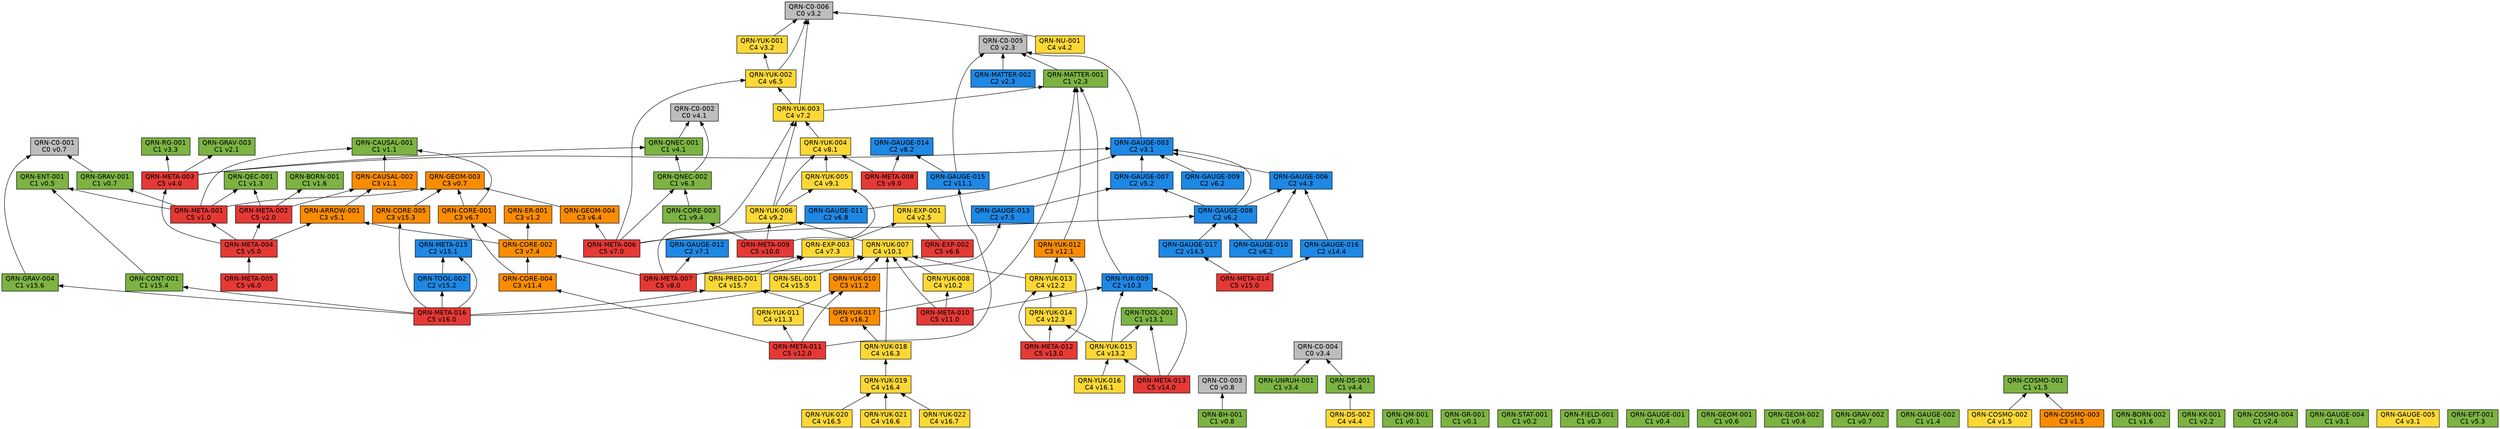
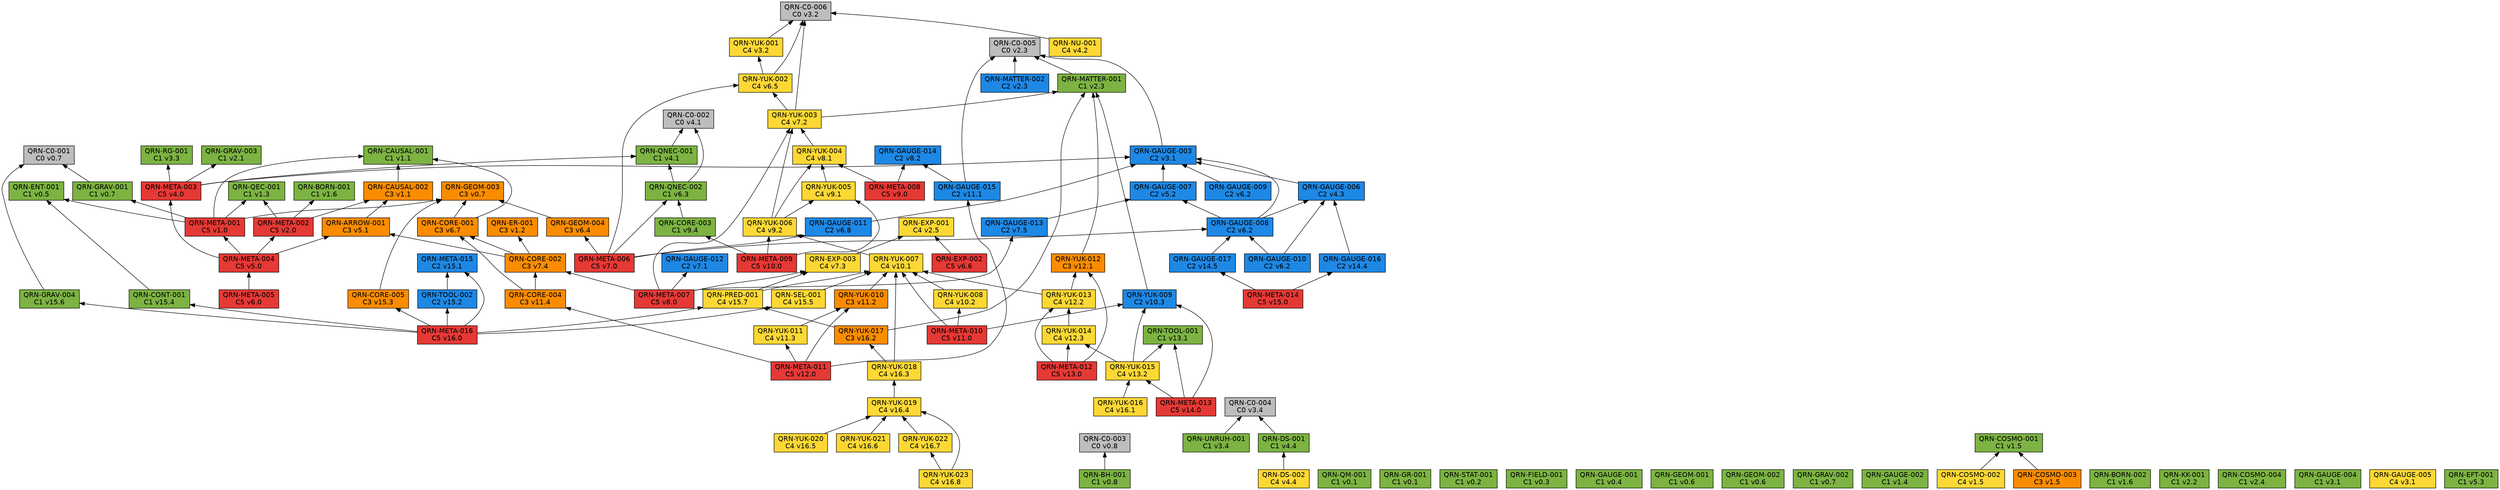
// 自動生成 (dag/report.pl) — QRN 主張依存グラフ
digraph qrn {
  rankdir=BT;
  node [shape=box, style=filled, fontname="Helvetica"];
  "QRN-C0-001" [fillcolor="#bdbdbd", label="QRN-C0-001\nC0 v0.7"];
  "QRN-C0-002" [fillcolor="#bdbdbd", label="QRN-C0-002\nC0 v4.1"];
  "QRN-C0-003" [fillcolor="#bdbdbd", label="QRN-C0-003\nC0 v0.8"];
  "QRN-C0-004" [fillcolor="#bdbdbd", label="QRN-C0-004\nC0 v3.4"];
  "QRN-C0-005" [fillcolor="#bdbdbd", label="QRN-C0-005\nC0 v2.3"];
  "QRN-C0-006" [fillcolor="#bdbdbd", label="QRN-C0-006\nC0 v3.2"];
  "QRN-QM-001" [fillcolor="#7cb342", label="QRN-QM-001\nC1 v0.1"];
  "QRN-GR-001" [fillcolor="#7cb342", label="QRN-GR-001\nC1 v0.1"];
  "QRN-STAT-001" [fillcolor="#7cb342", label="QRN-STAT-001\nC1 v0.2"];
  "QRN-FIELD-001" [fillcolor="#7cb342", label="QRN-FIELD-001\nC1 v0.3"];
  "QRN-GAUGE-001" [fillcolor="#7cb342", label="QRN-GAUGE-001\nC1 v0.4"];
  "QRN-ENT-001" [fillcolor="#7cb342", label="QRN-ENT-001\nC1 v0.5"];
  "QRN-GEOM-001" [fillcolor="#7cb342", label="QRN-GEOM-001\nC1 v0.6"];
  "QRN-GEOM-002" [fillcolor="#7cb342", label="QRN-GEOM-002\nC1 v0.6"];
  "QRN-GEOM-003" [fillcolor="#fb8c00", label="QRN-GEOM-003\nC3 v0.7"];
  "QRN-GRAV-001" [fillcolor="#7cb342", label="QRN-GRAV-001\nC1 v0.7"];
  "QRN-GRAV-002" [fillcolor="#7cb342", label="QRN-GRAV-002\nC1 v0.7"];
  "QRN-BH-001" [fillcolor="#7cb342", label="QRN-BH-001\nC1 v0.8"];
  "QRN-CAUSAL-001" [fillcolor="#7cb342", label="QRN-CAUSAL-001\nC1 v1.1"];
  "QRN-CAUSAL-002" [fillcolor="#fb8c00", label="QRN-CAUSAL-002\nC3 v1.1"];
  "QRN-ER-001" [fillcolor="#fb8c00", label="QRN-ER-001\nC3 v1.2"];
  "QRN-QEC-001" [fillcolor="#7cb342", label="QRN-QEC-001\nC1 v1.3"];
  "QRN-GAUGE-002" [fillcolor="#7cb342", label="QRN-GAUGE-002\nC1 v1.4"];
  "QRN-COSMO-001" [fillcolor="#7cb342", label="QRN-COSMO-001\nC1 v1.5"];
  "QRN-COSMO-002" [fillcolor="#fdd835", label="QRN-COSMO-002\nC4 v1.5"];
  "QRN-COSMO-003" [fillcolor="#fb8c00", label="QRN-COSMO-003\nC3 v1.5"];
  "QRN-BORN-001" [fillcolor="#7cb342", label="QRN-BORN-001\nC1 v1.6"];
  "QRN-BORN-002" [fillcolor="#7cb342", label="QRN-BORN-002\nC1 v1.6"];
  "QRN-GRAV-003" [fillcolor="#7cb342", label="QRN-GRAV-003\nC1 v2.1"];
  "QRN-KK-001" [fillcolor="#7cb342", label="QRN-KK-001\nC1 v2.2"];
  "QRN-MATTER-001" [fillcolor="#7cb342", label="QRN-MATTER-001\nC1 v2.3"];
  "QRN-MATTER-002" [fillcolor="#1e88e5", label="QRN-MATTER-002\nC2 v2.3"];
  "QRN-COSMO-004" [fillcolor="#7cb342", label="QRN-COSMO-004\nC1 v2.4"];
  "QRN-EXP-001" [fillcolor="#fdd835", label="QRN-EXP-001\nC4 v2.5"];
  "QRN-GAUGE-003" [fillcolor="#1e88e5", label="QRN-GAUGE-003\nC2 v3.1"];
  "QRN-GAUGE-004" [fillcolor="#7cb342", label="QRN-GAUGE-004\nC1 v3.1"];
  "QRN-GAUGE-005" [fillcolor="#fdd835", label="QRN-GAUGE-005\nC4 v3.1"];
  "QRN-YUK-001" [fillcolor="#fdd835", label="QRN-YUK-001\nC4 v3.2"];
  "QRN-RG-001" [fillcolor="#7cb342", label="QRN-RG-001\nC1 v3.3"];
  "QRN-UNRUH-001" [fillcolor="#7cb342", label="QRN-UNRUH-001\nC1 v3.4"];
  "QRN-QNEC-001" [fillcolor="#7cb342", label="QRN-QNEC-001\nC1 v4.1"];
  "QRN-NU-001" [fillcolor="#fdd835", label="QRN-NU-001\nC4 v4.2"];
  "QRN-GAUGE-006" [fillcolor="#1e88e5", label="QRN-GAUGE-006\nC2 v4.3"];
  "QRN-DS-001" [fillcolor="#7cb342", label="QRN-DS-001\nC1 v4.4"];
  "QRN-DS-002" [fillcolor="#fdd835", label="QRN-DS-002\nC4 v4.4"];
  "QRN-ARROW-001" [fillcolor="#fb8c00", label="QRN-ARROW-001\nC3 v5.1"];
  "QRN-GAUGE-007" [fillcolor="#1e88e5", label="QRN-GAUGE-007\nC2 v5.2"];
  "QRN-EFT-001" [fillcolor="#7cb342", label="QRN-EFT-001\nC1 v5.3"];
  "QRN-GAUGE-008" [fillcolor="#1e88e5", label="QRN-GAUGE-008\nC2 v6.2"];
  "QRN-GAUGE-009" [fillcolor="#1e88e5", label="QRN-GAUGE-009\nC2 v6.2"];
  "QRN-GAUGE-010" [fillcolor="#1e88e5", label="QRN-GAUGE-010\nC2 v6.2"];
  "QRN-QNEC-002" [fillcolor="#7cb342", label="QRN-QNEC-002\nC1 v6.3"];
  "QRN-GEOM-004" [fillcolor="#fb8c00", label="QRN-GEOM-004\nC3 v6.4"];
  "QRN-YUK-002" [fillcolor="#fdd835", label="QRN-YUK-002\nC4 v6.5"];
  "QRN-EXP-002" [fillcolor="#e53935", label="QRN-EXP-002\nC5 v6.6"];
  "QRN-CORE-001" [fillcolor="#fb8c00", label="QRN-CORE-001\nC3 v6.7"];
  "QRN-GAUGE-011" [fillcolor="#1e88e5", label="QRN-GAUGE-011\nC2 v6.8"];
  "QRN-GAUGE-012" [fillcolor="#1e88e5", label="QRN-GAUGE-012\nC2 v7.1"];
  "QRN-YUK-003" [fillcolor="#fdd835", label="QRN-YUK-003\nC4 v7.2"];
  "QRN-EXP-003" [fillcolor="#fdd835", label="QRN-EXP-003\nC4 v7.3"];
  "QRN-CORE-002" [fillcolor="#fb8c00", label="QRN-CORE-002\nC3 v7.4"];
  "QRN-GAUGE-013" [fillcolor="#1e88e5", label="QRN-GAUGE-013\nC2 v7.5"];
  "QRN-YUK-004" [fillcolor="#fdd835", label="QRN-YUK-004\nC4 v8.1"];
  "QRN-GAUGE-014" [fillcolor="#1e88e5", label="QRN-GAUGE-014\nC2 v8.2"];
  "QRN-META-001" [fillcolor="#e53935", label="QRN-META-001\nC5 v1.0"];
  "QRN-META-002" [fillcolor="#e53935", label="QRN-META-002\nC5 v2.0"];
  "QRN-META-003" [fillcolor="#e53935", label="QRN-META-003\nC5 v4.0"];
  "QRN-META-004" [fillcolor="#e53935", label="QRN-META-004\nC5 v5.0"];
  "QRN-META-005" [fillcolor="#e53935", label="QRN-META-005\nC5 v6.0"];
  "QRN-META-006" [fillcolor="#e53935", label="QRN-META-006\nC5 v7.0"];
  "QRN-META-007" [fillcolor="#e53935", label="QRN-META-007\nC5 v8.0"];
  "QRN-META-008" [fillcolor="#e53935", label="QRN-META-008\nC5 v9.0"];
  "QRN-YUK-005" [fillcolor="#fdd835", label="QRN-YUK-005\nC4 v9.1"];
  "QRN-YUK-006" [fillcolor="#fdd835", label="QRN-YUK-006\nC4 v9.2"];
  "QRN-CORE-003" [fillcolor="#7cb342", label="QRN-CORE-003\nC1 v9.4"];
  "QRN-META-009" [fillcolor="#e53935", label="QRN-META-009\nC5 v10.0"];
  "QRN-YUK-007" [fillcolor="#fdd835", label="QRN-YUK-007\nC4 v10.1"];
  "QRN-YUK-008" [fillcolor="#fdd835", label="QRN-YUK-008\nC4 v10.2"];
  "QRN-YUK-009" [fillcolor="#1e88e5", label="QRN-YUK-009\nC2 v10.3"];
  "QRN-META-010" [fillcolor="#e53935", label="QRN-META-010\nC5 v11.0"];
  "QRN-GAUGE-015" [fillcolor="#1e88e5", label="QRN-GAUGE-015\nC2 v11.1"];
  "QRN-YUK-010" [fillcolor="#fb8c00", label="QRN-YUK-010\nC3 v11.2"];
  "QRN-YUK-011" [fillcolor="#fdd835", label="QRN-YUK-011\nC4 v11.3"];
  "QRN-CORE-004" [fillcolor="#fb8c00", label="QRN-CORE-004\nC3 v11.4"];
  "QRN-META-011" [fillcolor="#e53935", label="QRN-META-011\nC5 v12.0"];
  "QRN-YUK-012" [fillcolor="#fb8c00", label="QRN-YUK-012\nC3 v12.1"];
  "QRN-YUK-013" [fillcolor="#fdd835", label="QRN-YUK-013\nC4 v12.2"];
  "QRN-YUK-014" [fillcolor="#fdd835", label="QRN-YUK-014\nC4 v12.3"];
  "QRN-META-012" [fillcolor="#e53935", label="QRN-META-012\nC5 v13.0"];
  "QRN-TOOL-001" [fillcolor="#7cb342", label="QRN-TOOL-001\nC1 v13.1"];
  "QRN-YUK-015" [fillcolor="#fdd835", label="QRN-YUK-015\nC4 v13.2"];
  "QRN-META-013" [fillcolor="#e53935", label="QRN-META-013\nC5 v14.0"];
  "QRN-GAUGE-016" [fillcolor="#1e88e5", label="QRN-GAUGE-016\nC2 v14.4"];
  "QRN-GAUGE-017" [fillcolor="#1e88e5", label="QRN-GAUGE-017\nC2 v14.5"];
  "QRN-META-014" [fillcolor="#e53935", label="QRN-META-014\nC5 v15.0"];
  "QRN-META-015" [fillcolor="#1e88e5", label="QRN-META-015\nC2 v15.1"];
  "QRN-TOOL-002" [fillcolor="#1e88e5", label="QRN-TOOL-002\nC2 v15.2"];
  "QRN-CORE-005" [fillcolor="#fb8c00", label="QRN-CORE-005\nC3 v15.3"];
  "QRN-CONT-001" [fillcolor="#7cb342", label="QRN-CONT-001\nC1 v15.4"];
  "QRN-SEL-001" [fillcolor="#fdd835", label="QRN-SEL-001\nC4 v15.5"];
  "QRN-GRAV-004" [fillcolor="#7cb342", label="QRN-GRAV-004\nC1 v15.6"];
  "QRN-PRED-001" [fillcolor="#fdd835", label="QRN-PRED-001\nC4 v15.7"];
  "QRN-META-016" [fillcolor="#e53935", label="QRN-META-016\nC5 v16.0"];
  "QRN-YUK-016" [fillcolor="#fdd835", label="QRN-YUK-016\nC4 v16.1"];
  "QRN-YUK-017" [fillcolor="#fb8c00", label="QRN-YUK-017\nC3 v16.2"];
  "QRN-YUK-018" [fillcolor="#fdd835", label="QRN-YUK-018\nC4 v16.3"];
  "QRN-YUK-019" [fillcolor="#fdd835", label="QRN-YUK-019\nC4 v16.4"];
  "QRN-YUK-020" [fillcolor="#fdd835", label="QRN-YUK-020\nC4 v16.5"];
  "QRN-YUK-021" [fillcolor="#fdd835", label="QRN-YUK-021\nC4 v16.6"];
  "QRN-YUK-022" [fillcolor="#fdd835", label="QRN-YUK-022\nC4 v16.7"];
+   "QRN-YUK-023" [fillcolor="#fdd835", label="QRN-YUK-023\nC4 v16.8"];
  "QRN-GRAV-001" -> "QRN-C0-001";
  "QRN-BH-001" -> "QRN-C0-003";
  "QRN-CAUSAL-002" -> "QRN-CAUSAL-001";
  "QRN-COSMO-002" -> "QRN-COSMO-001";
  "QRN-COSMO-003" -> "QRN-COSMO-001";
  "QRN-MATTER-001" -> "QRN-C0-005";
  "QRN-MATTER-002" -> "QRN-C0-005";
  "QRN-GAUGE-003" -> "QRN-C0-005";
  "QRN-YUK-001" -> "QRN-C0-006";
  "QRN-UNRUH-001" -> "QRN-C0-004";
  "QRN-QNEC-001" -> "QRN-C0-002";
  "QRN-NU-001" -> "QRN-C0-006";
  "QRN-GAUGE-006" -> "QRN-GAUGE-003";
  "QRN-DS-001" -> "QRN-C0-004";
  "QRN-DS-002" -> "QRN-DS-001";
  "QRN-ARROW-001" -> "QRN-CAUSAL-002";
  "QRN-GAUGE-007" -> "QRN-GAUGE-003";
  "QRN-GAUGE-008" -> "QRN-GAUGE-003";
  "QRN-GAUGE-008" -> "QRN-GAUGE-006";
  "QRN-GAUGE-008" -> "QRN-GAUGE-007";
  "QRN-GAUGE-009" -> "QRN-GAUGE-003";
  "QRN-GAUGE-010" -> "QRN-GAUGE-006";
  "QRN-GAUGE-010" -> "QRN-GAUGE-008";
  "QRN-QNEC-002" -> "QRN-C0-002";
  "QRN-QNEC-002" -> "QRN-QNEC-001";
  "QRN-GEOM-004" -> "QRN-GEOM-003";
  "QRN-YUK-002" -> "QRN-C0-006";
  "QRN-YUK-002" -> "QRN-YUK-001";
  "QRN-EXP-002" -> "QRN-EXP-001";
  "QRN-CORE-001" -> "QRN-GEOM-003";
  "QRN-CORE-001" -> "QRN-CAUSAL-001";
  "QRN-GAUGE-011" -> "QRN-GAUGE-003";
  "QRN-YUK-003" -> "QRN-C0-006";
  "QRN-YUK-003" -> "QRN-MATTER-001";
  "QRN-YUK-003" -> "QRN-YUK-002";
  "QRN-EXP-003" -> "QRN-EXP-001";
  "QRN-CORE-002" -> "QRN-CORE-001";
  "QRN-CORE-002" -> "QRN-ER-001";
  "QRN-CORE-002" -> "QRN-ARROW-001";
  "QRN-GAUGE-013" -> "QRN-GAUGE-007";
  "QRN-YUK-004" -> "QRN-YUK-003";
  "QRN-META-001" -> "QRN-GEOM-003";
  "QRN-META-001" -> "QRN-GRAV-001";
  "QRN-META-001" -> "QRN-CAUSAL-001";
  "QRN-META-001" -> "QRN-QEC-001";
  "QRN-META-001" -> "QRN-ENT-001";
  "QRN-META-002" -> "QRN-QEC-001";
  "QRN-META-002" -> "QRN-BORN-001";
  "QRN-META-002" -> "QRN-CAUSAL-002";
  "QRN-META-003" -> "QRN-GAUGE-003";
  "QRN-META-003" -> "QRN-RG-001";
  "QRN-META-003" -> "QRN-QNEC-001";
  "QRN-META-003" -> "QRN-GRAV-003";
  "QRN-META-004" -> "QRN-META-001";
  "QRN-META-004" -> "QRN-META-002";
  "QRN-META-004" -> "QRN-META-003";
  "QRN-META-004" -> "QRN-ARROW-001";
  "QRN-META-005" -> "QRN-META-004";
  "QRN-META-006" -> "QRN-GAUGE-008";
  "QRN-META-006" -> "QRN-QNEC-002";
  "QRN-META-006" -> "QRN-GEOM-004";
  "QRN-META-006" -> "QRN-YUK-002";
  "QRN-META-006" -> "QRN-GAUGE-011";
  "QRN-META-007" -> "QRN-GAUGE-012";
  "QRN-META-007" -> "QRN-YUK-003";
  "QRN-META-007" -> "QRN-EXP-003";
  "QRN-META-007" -> "QRN-CORE-002";
  "QRN-META-007" -> "QRN-GAUGE-013";
  "QRN-META-008" -> "QRN-YUK-004";
  "QRN-META-008" -> "QRN-GAUGE-014";
  "QRN-YUK-005" -> "QRN-YUK-004";
  "QRN-YUK-006" -> "QRN-YUK-003";
  "QRN-YUK-006" -> "QRN-YUK-004";
  "QRN-YUK-006" -> "QRN-YUK-005";
  "QRN-CORE-003" -> "QRN-QNEC-002";
  "QRN-META-009" -> "QRN-YUK-005";
  "QRN-META-009" -> "QRN-YUK-006";
  "QRN-META-009" -> "QRN-CORE-003";
  "QRN-YUK-007" -> "QRN-YUK-006";
  "QRN-YUK-008" -> "QRN-YUK-007";
  "QRN-YUK-009" -> "QRN-MATTER-001";
  "QRN-META-010" -> "QRN-YUK-007";
  "QRN-META-010" -> "QRN-YUK-008";
  "QRN-META-010" -> "QRN-YUK-009";
  "QRN-GAUGE-015" -> "QRN-C0-005";
  "QRN-GAUGE-015" -> "QRN-GAUGE-014";
  "QRN-YUK-010" -> "QRN-YUK-007";
  "QRN-YUK-011" -> "QRN-YUK-010";
  "QRN-CORE-004" -> "QRN-CORE-001";
  "QRN-CORE-004" -> "QRN-CORE-002";
  "QRN-META-011" -> "QRN-GAUGE-015";
  "QRN-META-011" -> "QRN-YUK-010";
  "QRN-META-011" -> "QRN-YUK-011";
  "QRN-META-011" -> "QRN-CORE-004";
  "QRN-YUK-012" -> "QRN-MATTER-001";
  "QRN-YUK-013" -> "QRN-YUK-012";
  "QRN-YUK-013" -> "QRN-YUK-007";
  "QRN-YUK-014" -> "QRN-YUK-013";
  "QRN-META-012" -> "QRN-YUK-012";
  "QRN-META-012" -> "QRN-YUK-013";
  "QRN-META-012" -> "QRN-YUK-014";
  "QRN-YUK-015" -> "QRN-YUK-014";
  "QRN-YUK-015" -> "QRN-TOOL-001";
  "QRN-YUK-015" -> "QRN-YUK-009";
  "QRN-META-013" -> "QRN-YUK-015";
  "QRN-META-013" -> "QRN-TOOL-001";
  "QRN-META-013" -> "QRN-YUK-009";
  "QRN-GAUGE-016" -> "QRN-GAUGE-006";
  "QRN-GAUGE-017" -> "QRN-GAUGE-008";
  "QRN-META-014" -> "QRN-GAUGE-016";
  "QRN-META-014" -> "QRN-GAUGE-017";
  "QRN-TOOL-002" -> "QRN-META-015";
  "QRN-CORE-005" -> "QRN-GEOM-003";
  "QRN-CONT-001" -> "QRN-ENT-001";
  "QRN-SEL-001" -> "QRN-YUK-007";
  "QRN-GRAV-004" -> "QRN-C0-001";
  "QRN-PRED-001" -> "QRN-YUK-007";
  "QRN-PRED-001" -> "QRN-EXP-003";
  "QRN-META-016" -> "QRN-META-015";
  "QRN-META-016" -> "QRN-TOOL-002";
  "QRN-META-016" -> "QRN-CORE-005";
  "QRN-META-016" -> "QRN-CONT-001";
  "QRN-META-016" -> "QRN-SEL-001";
  "QRN-META-016" -> "QRN-GRAV-004";
  "QRN-META-016" -> "QRN-PRED-001";
  "QRN-YUK-016" -> "QRN-YUK-015";
  "QRN-YUK-017" -> "QRN-MATTER-001";
  "QRN-YUK-017" -> "QRN-PRED-001";
  "QRN-YUK-018" -> "QRN-YUK-017";
  "QRN-YUK-018" -> "QRN-YUK-007";
  "QRN-YUK-019" -> "QRN-YUK-018";
  "QRN-YUK-020" -> "QRN-YUK-019";
  "QRN-YUK-021" -> "QRN-YUK-019";
  "QRN-YUK-022" -> "QRN-YUK-019";
+   "QRN-YUK-023" -> "QRN-YUK-019";
+   "QRN-YUK-023" -> "QRN-YUK-022";
}
